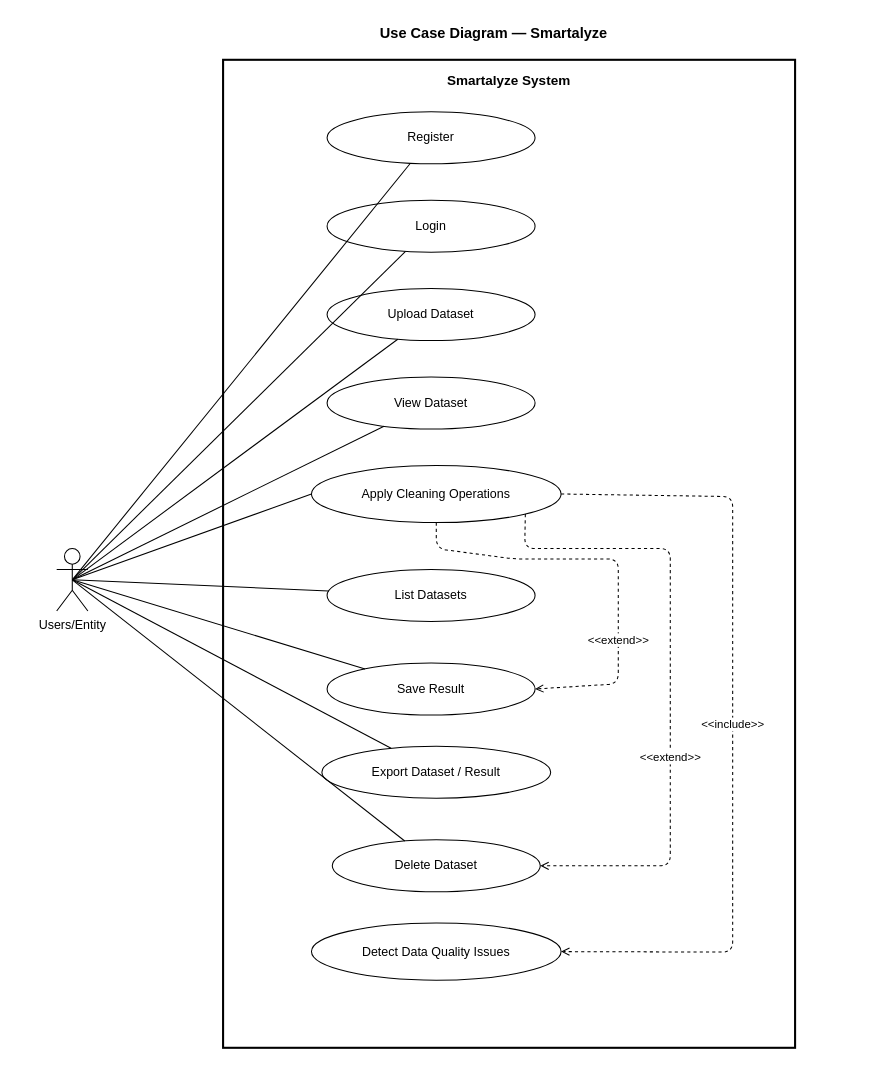
Before: docs/UseCase.drawio in alteradomayantonette-droid/Smartalyze-Web, a draw.io diagram. Source tidied: cells renumbered, new cells numbered last; positions are measured from the earlier drawing's top-left corner, leaving out a move shared by most shapes. Both pictures are drawn from the tidied source at 104%, with x=0, y=0 at pixel (56, 18).
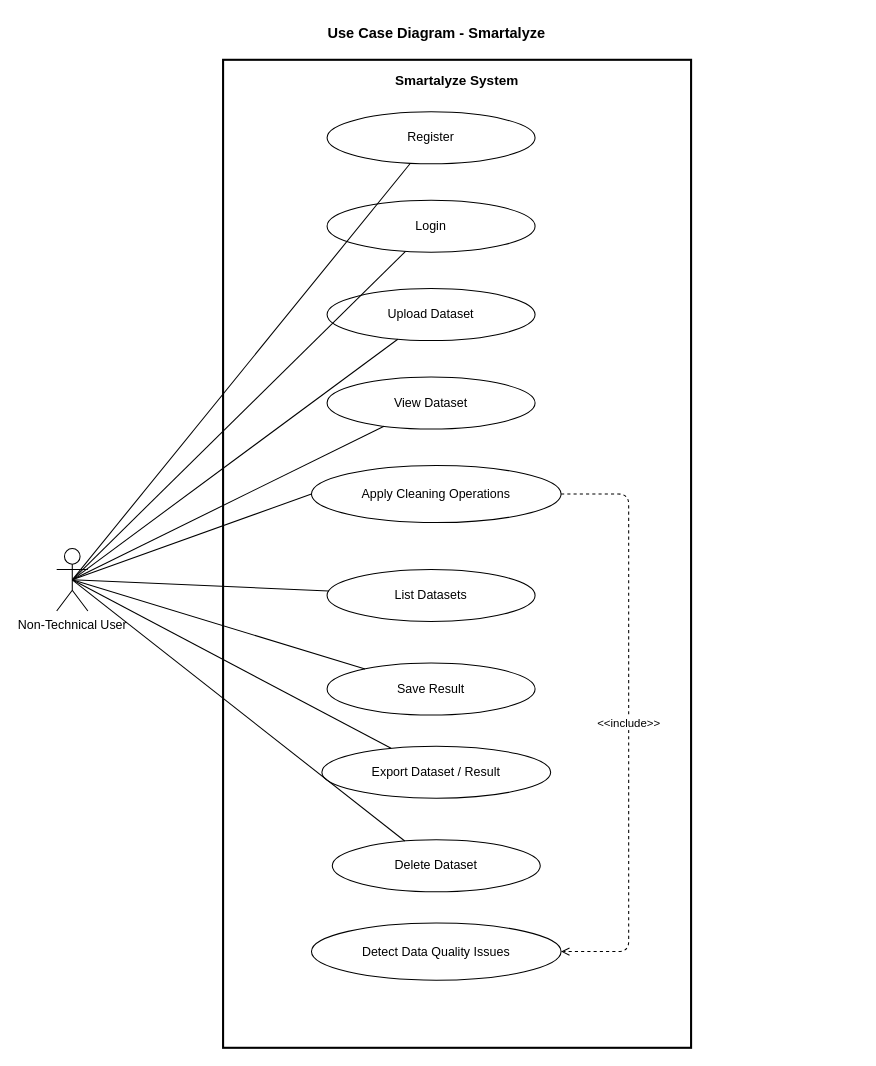
The same page after the edit.

Commit message:
changed usecase to correct one

The change refers to these unchanged cells:
```xml
<mxCell id="8" value="Apply Cleaning Operations" style="ellipse;whiteSpace=wrap;html=1;fillColor=#ffffff;strokeColor=#000000;" parent="1" vertex="1">
  <mxGeometry x="245" y="430" width="240" height="55" as="geometry" />
</mxCell>
<mxCell id="10" value="Save Result" style="ellipse;whiteSpace=wrap;html=1;fillColor=#ffffff;strokeColor=#000000;" parent="1" vertex="1">
  <mxGeometry x="260" y="620" width="200" height="50" as="geometry" />
</mxCell>
<mxCell id="11" value="Delete Dataset" style="ellipse;whiteSpace=wrap;html=1;fillColor=#ffffff;strokeColor=#000000;" parent="1" vertex="1">
  <mxGeometry x="265" y="790" width="200" height="50" as="geometry" />
</mxCell>
<mxCell id="13" value="Detect Data Quality Issues" style="ellipse;whiteSpace=wrap;html=1;fillColor=#ffffff;strokeColor=#000000;" parent="1" vertex="1">
  <mxGeometry x="245" y="870" width="240" height="55" as="geometry" />
</mxCell>
```

The edit, as a diff of the source:
```diff
@@
-    <mxCell id="2" value="Use Case Diagram — Smartalyze" style="text;html=1;strokeColor=none;fillColor=none;align=center;verticalAlign=middle;fontSize=14;fontStyle=1;" parent="1" vertex="1">
-      <mxGeometry x="70" width="700" height="30" as="geometry" />
+    <mxCell id="2" value="Use Case Diagram - Smartalyze" style="text;html=1;strokeColor=none;fillColor=none;align=center;verticalAlign=middle;fontSize=14;fontStyle=1;" parent="1" vertex="1">
+      <mxGeometry x="15" width="700" height="30" as="geometry" />
     </mxCell>
     <mxCell id="3" value="Smartalyze System" style="rounded=0;whiteSpace=wrap;html=1;fillColor=none;strokeColor=#000000;strokeWidth=2;verticalAlign=top;fontSize=13;fontStyle=1;spacingTop=6;" parent="1" vertex="1">
-      <mxGeometry x="160" y="40" width="550" height="950" as="geometry" />
+      <mxGeometry x="160" y="40" width="450" height="950" as="geometry" />
     </mxCell>
@@
     <mxCell id="23" value="&amp;lt;&amp;lt;include&amp;gt;&amp;gt;" style="dashed=1;endArrow=open;endFill=0;html=1;fontSize=11;align=center;exitX=1;exitY=0.5;exitDx=0;exitDy=0;entryX=1;entryY=0.5;entryDx=0;entryDy=0;" parent="1" edge="1" source="8" target="13">
       <mxGeometry relative="1" as="geometry">
         <Array as="points">
-          <mxPoint x="650" y="460" />
-          <mxPoint x="650" y="898" />
+          <mxPoint x="550" y="457.5" />
+          <mxPoint x="550" y="680" />
+          <mxPoint x="550" y="897.5" />
         </Array>
       </mxGeometry>
     </mxCell>
-    <mxCell id="24" value="&amp;lt;&amp;lt;extend&amp;gt;&amp;gt;" style="dashed=1;endArrow=open;endFill=0;html=1;fontSize=11;align=center;exitX=0.5;exitY=1;exitDx=0;exitDy=0;entryX=1;entryY=0.5;entryDx=0;entryDy=0;" parent="1" edge="1" source="8" target="10">
-      <mxGeometry x="0.39" relative="1" as="geometry">
-        <Array as="points">
-          <mxPoint x="365" y="510" />
-          <mxPoint x="440" y="520" />
-          <mxPoint x="540" y="520" />
-          <mxPoint x="540" y="640" />
-        </Array>
-      </mxGeometry>
-    </mxCell>
-    <mxCell id="25" value="&amp;lt;&amp;lt;extend&amp;gt;&amp;gt;" style="dashed=1;endArrow=open;endFill=0;html=1;fontSize=11;align=center;entryX=1;entryY=0.5;entryDx=0;entryDy=0;exitX=1;exitY=1;exitDx=0;exitDy=0;" parent="1" edge="1" source="8" target="11">
-      <mxGeometry x="0.24" relative="1" as="geometry">
-        <Array as="points">
-          <mxPoint x="450" y="510" />
-          <mxPoint x="590" y="510" />
-          <mxPoint x="590" y="670" />
-          <mxPoint x="590" y="815" />
-        </Array>
-      </mxGeometry>
-    </mxCell>
-    <mxCell id="26" value="Users/Entity" style="shape=umlActor;verticalLabelPosition=bottom;verticalAlign=top;html=1;outlineConnect=0;" parent="1" vertex="1">
+    <mxCell id="26" value="Non-Technical User" style="shape=umlActor;verticalLabelPosition=bottom;verticalAlign=top;html=1;outlineConnect=0;" parent="1" vertex="1">
       <mxGeometry y="510" width="30" height="60" as="geometry" />
     </mxCell>
```
